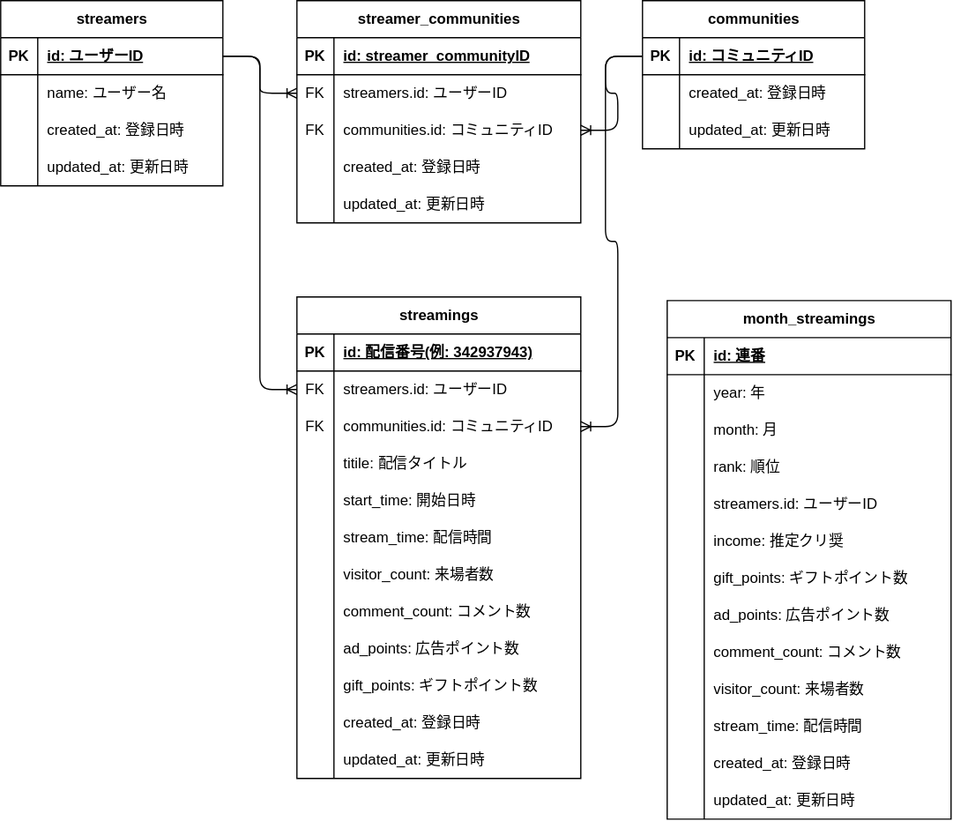
MASA20201203/NicodbLaravel keeps this draw.io diagram as ER図.drawio.svg. Above is the earlier version. Source tidied: cells renumbered, new cells last; positions are measured from the earlier drawing's top-left corner, leaving out a move shared by most shapes.
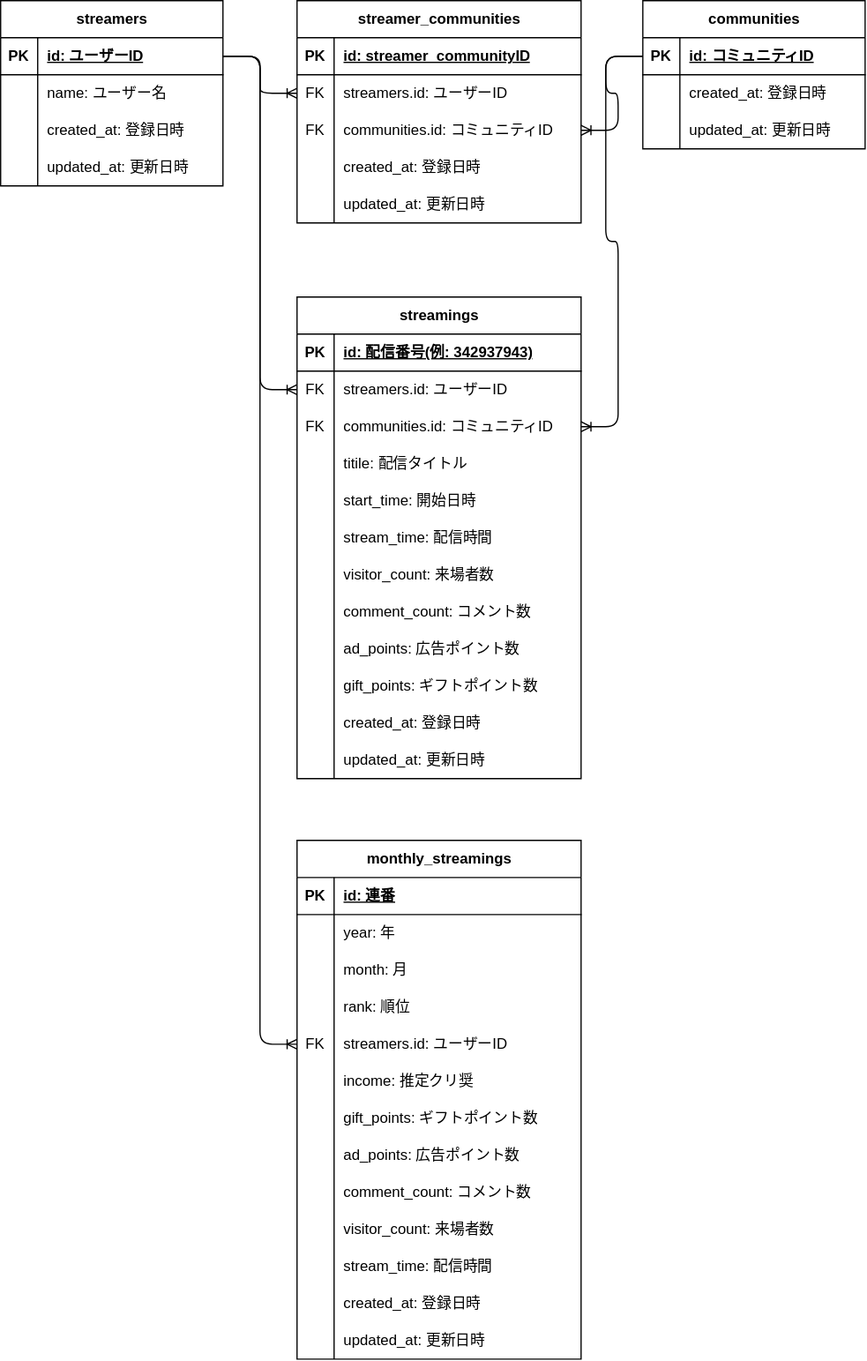
Above is the later version.

Commit message:
month_streamingsテーブルにFKを追加

What changed in the source:
```diff
@@ -247,8 +247,8 @@
         </Array>
       </mxGeometry>
     </mxCell>
-    <mxCell id="82" value="month_streamings" style="shape=table;startSize=30;rowLines=0;fontStyle=1;align=center;html=1;" parent="1" vertex="1">
-      <mxGeometry x="540" y="243" width="230" height="420" as="geometry" />
+    <mxCell id="82" value="monthly_streamings" style="shape=table;startSize=30;rowLines=0;fontStyle=1;align=center;html=1;" parent="1" vertex="1">
+      <mxGeometry x="240" y="680" width="230" height="420" as="geometry" />
     </mxCell>
     <mxCell id="83" style="shape=tableRow;horizontal=0;startSize=0;swimlaneHead=0;swimlaneBody=0;fillColor=none;top=0;left=0;right=0;bottom=1;" parent="82" vertex="1">
       <mxGeometry y="30" width="230" height="30" as="geometry" />
@@ -289,7 +289,7 @@
     <mxCell id="95" style="shape=tableRow;horizontal=0;startSize=0;swimlaneHead=0;swimlaneBody=0;fillColor=none;points=[[0,0.5],[1,0.5]];portConstraint=eastwest;top=0;left=0;right=0;bottom=0;" parent="82" vertex="1">
       <mxGeometry y="150" width="230" height="30" as="geometry" />
     </mxCell>
-    <mxCell id="96" style="shape=partialRectangle;fillColor=none;top=0;left=0;bottom=0;right=0;overflow=hidden;whiteSpace=wrap;html=1;" parent="95" vertex="1">
+    <mxCell id="96" value="FK" style="shape=partialRectangle;fillColor=none;top=0;left=0;bottom=0;right=0;overflow=hidden;whiteSpace=wrap;html=1;" parent="95" vertex="1">
       <mxGeometry width="30" height="30" as="geometry" />
     </mxCell>
     <mxCell id="97" value="streamers.id: ユーザーID" style="shape=partialRectangle;fillColor=none;top=0;left=0;bottom=0;right=0;align=left;spacingLeft=6;overflow=hidden;whiteSpace=wrap;html=1;" parent="95" vertex="1">
@@ -367,5 +367,13 @@
     <mxCell id="121" value="updated_at: 更新日時" style="shape=partialRectangle;fillColor=none;top=0;left=0;bottom=0;right=0;align=left;spacingLeft=6;overflow=hidden;whiteSpace=wrap;html=1;" parent="119" vertex="1">
       <mxGeometry x="30" width="200" height="30" as="geometry" />
     </mxCell>
+    <mxCell id="122" style="edgeStyle=entityRelationEdgeStyle;fontSize=12;html=1;endArrow=ERoneToMany;exitX=1;exitY=0.5;exitDx=0;exitDy=0;" parent="1" edge="1" source="5" target="95">
+      <mxGeometry relative="1" as="geometry">
+        <Array as="points">
+          <mxPoint x="210" y="170" />
+          <mxPoint x="210" y="210" />
+        </Array>
+      </mxGeometry>
+    </mxCell>
   </root>
 </mxGraphModel>
```
